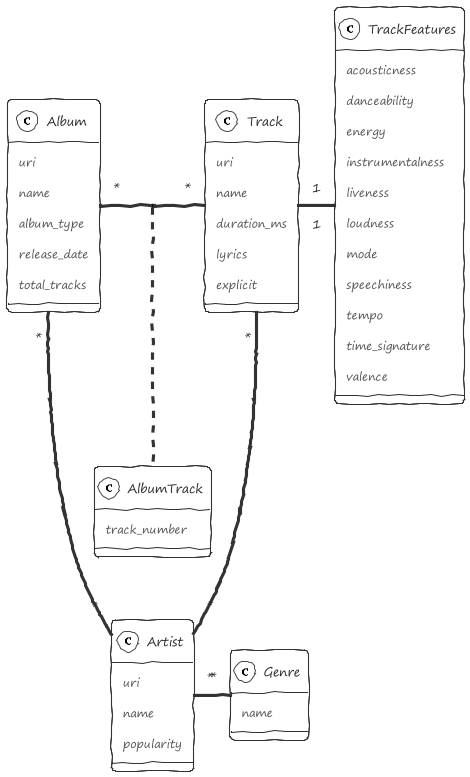
This is out/database/database.png from Educorreia932/FEUP-PRI, a PlantUML export, as it was before one commit.
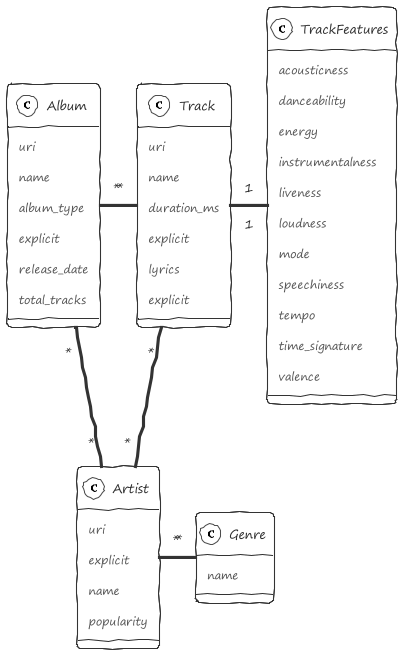
After the change.

Commit message:
Started to convert database to a JSON object

What changed in the source:
```diff
@@ -5,8 +5,7 @@
 Artist "*" -right- "*" Genre
 
 Album "*" - "*" Track
-(Album, Track) .. AlbumTrack
-Album "*" --- "*" Artist
+Album "*" -- "*" Artist
 
 Track "*" - "*" Artist
 Track "1" - "1" TrackFeatures
@@ -14,18 +13,21 @@
 Genre : name
 
 Artist : uri
+Artist : explicit
 Artist : name
 Artist : popularity
 
 Album : uri
 Album : name
 Album : album_type
+Album : explicit
 Album : release_date
 Album : total_tracks
 
 Track : uri
 Track : name
 Track : duration_ms
+Track : explicit
 Track : lyrics
 Track : explicit
 
@@ -41,6 +43,4 @@
 TrackFeatures : time_signature
 TrackFeatures : valence
 
-AlbumTrack : track_number
-
 @enduml
```
